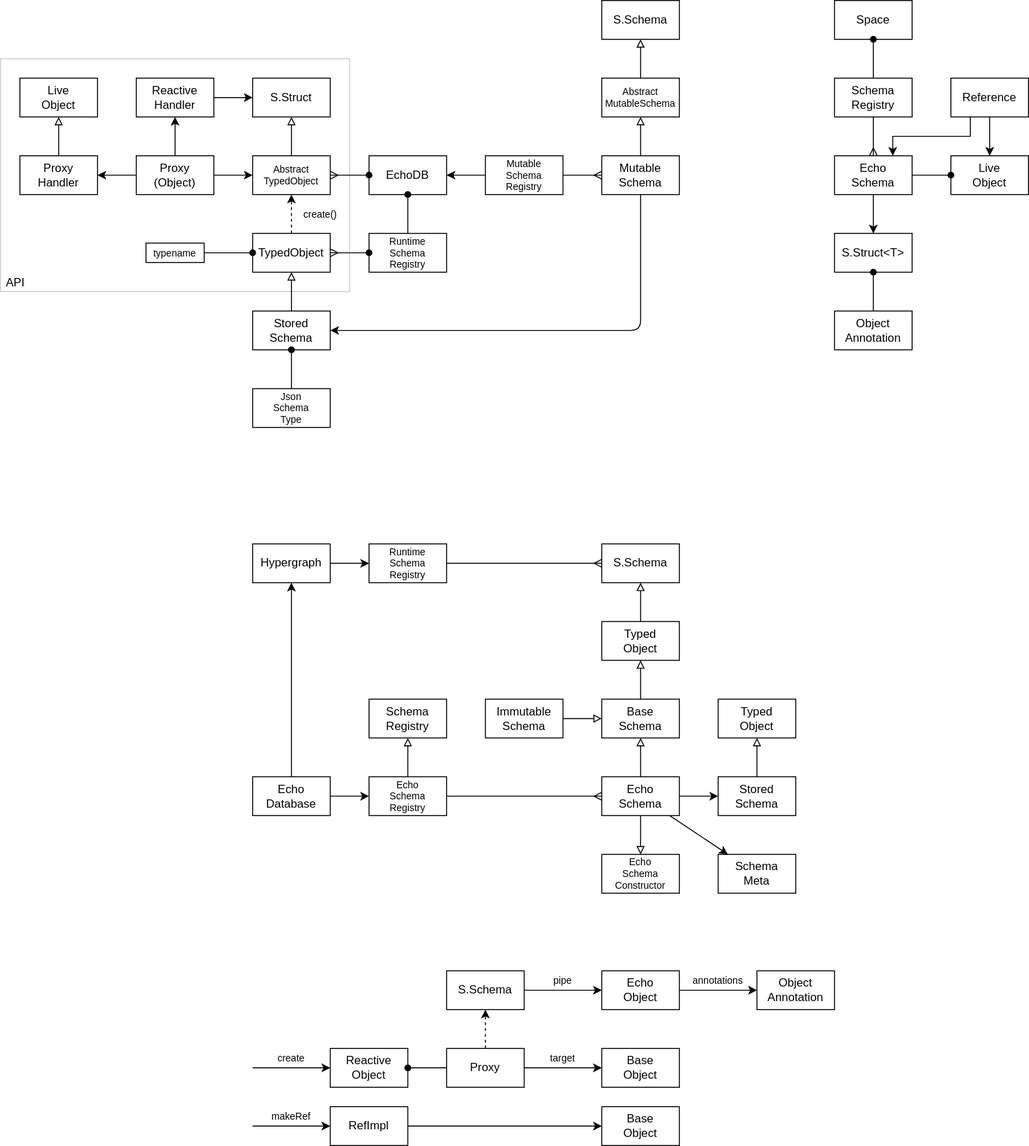
The draw.io diagram packages/core/echo/echo-schema/docs/schema.drawio.svg in dxos/dxos, before a commit. Source tidied: cells renumbered, new cells last; positions are measured from the earlier drawing's top-left corner, leaving out a move shared by most shapes.
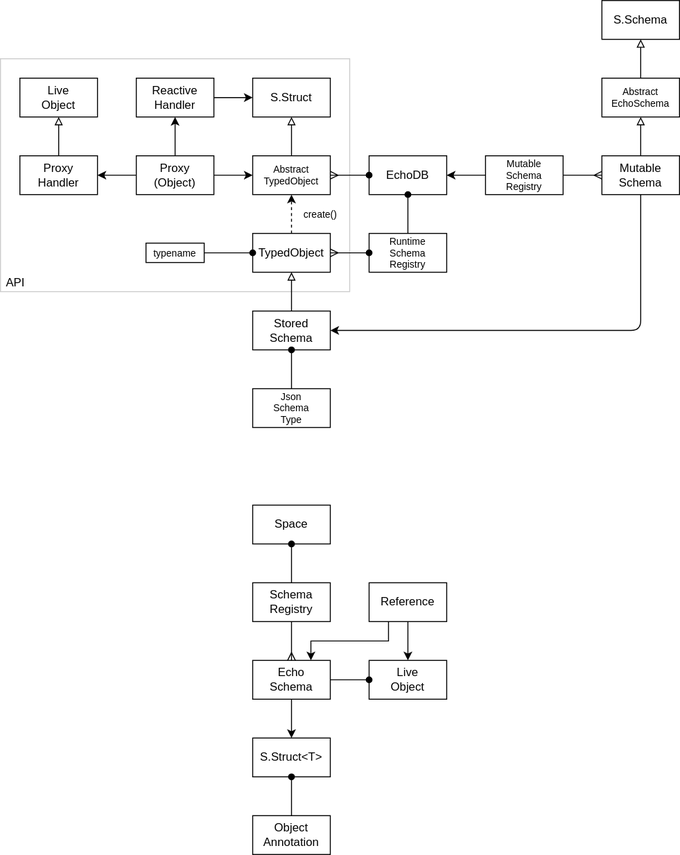
After the commit.

Change to the diagram source:
```diff
@@ -117,34 +117,34 @@
     <mxCell id="38" style="edgeStyle=none;html=1;exitX=0.25;exitY=1;exitDx=0;exitDy=0;entryX=0.75;entryY=0;entryDx=0;entryDy=0;rounded=0;" parent="1" edge="1" source="39" target="43">
       <mxGeometry relative="1" as="geometry">
         <Array as="points">
-          <mxPoint x="1000" y="140" />
-          <mxPoint x="920" y="140" />
+          <mxPoint x="400" y="660" />
+          <mxPoint x="320" y="660" />
         </Array>
       </mxGeometry>
     </mxCell>
     <mxCell id="39" value="Reference" style="rounded=0;whiteSpace=wrap;html=1;" parent="1" vertex="1">
-      <mxGeometry x="980" y="80" width="80" height="40" as="geometry" />
+      <mxGeometry x="380" y="600" width="80" height="40" as="geometry" />
     </mxCell>
     <mxCell id="40" style="edgeStyle=none;html=1;exitX=0.5;exitY=1;exitDx=0;exitDy=0;endArrow=ERmany;endFill=0;" parent="1" edge="1" source="41" target="43">
       <mxGeometry relative="1" as="geometry" />
     </mxCell>
     <mxCell id="41" value="Schema&lt;br&gt;Registry" style="rounded=0;whiteSpace=wrap;html=1;" parent="1" vertex="1">
-      <mxGeometry x="860" y="80" width="80" height="40" as="geometry" />
+      <mxGeometry x="260" y="600" width="80" height="40" as="geometry" />
     </mxCell>
     <mxCell id="42" style="edgeStyle=none;html=1;exitX=0.5;exitY=1;exitDx=0;exitDy=0;" parent="1" edge="1" source="43" target="44">
       <mxGeometry relative="1" as="geometry" />
     </mxCell>
     <mxCell id="43" value="Echo&lt;br&gt;Schema" style="rounded=0;whiteSpace=wrap;html=1;" parent="1" vertex="1">
-      <mxGeometry x="860" y="160" width="80" height="40" as="geometry" />
+      <mxGeometry x="260" y="680" width="80" height="40" as="geometry" />
     </mxCell>
     <mxCell id="44" value="S.Struct&amp;lt;T&amp;gt;" style="rounded=0;whiteSpace=wrap;html=1;" parent="1" vertex="1">
-      <mxGeometry x="860" y="240" width="80" height="40" as="geometry" />
+      <mxGeometry x="260" y="760" width="80" height="40" as="geometry" />
     </mxCell>
     <mxCell id="45" value="Object&lt;br&gt;Annotation" style="rounded=0;whiteSpace=wrap;html=1;" parent="1" vertex="1">
-      <mxGeometry x="860" y="320" width="80" height="40" as="geometry" />
+      <mxGeometry x="260" y="840" width="80" height="40" as="geometry" />
     </mxCell>
     <mxCell id="46" value="Space" style="rounded=0;whiteSpace=wrap;html=1;" parent="1" vertex="1">
-      <mxGeometry x="860" width="80" height="40" as="geometry" />
+      <mxGeometry x="260" y="520" width="80" height="40" as="geometry" />
     </mxCell>
     <mxCell id="47" style="edgeStyle=none;html=1;endArrow=none;endFill=0;startArrow=oval;startFill=1;" parent="1" edge="1" source="44" target="45">
       <mxGeometry relative="1" as="geometry" />
@@ -153,7 +153,7 @@
       <mxGeometry relative="1" as="geometry" />
     </mxCell>
     <mxCell id="49" value="Live&lt;br&gt;Object" style="rounded=0;whiteSpace=wrap;html=1;" parent="1" vertex="1">
-      <mxGeometry x="980" y="160" width="80" height="40" as="geometry" />
+      <mxGeometry x="380" y="680" width="80" height="40" as="geometry" />
     </mxCell>
     <mxCell id="50" style="edgeStyle=none;html=1;exitX=0;exitY=0.5;exitDx=0;exitDy=0;startArrow=oval;startFill=1;endArrow=none;endFill=0;" parent="1" edge="1" source="49" target="43">
       <mxGeometry relative="1" as="geometry" />
@@ -161,156 +161,5 @@
     <mxCell id="51" style="edgeStyle=none;html=1;" parent="1" edge="1" source="39" target="49">
       <mxGeometry relative="1" as="geometry" />
     </mxCell>
-    <mxCell id="52" style="edgeStyle=none;html=1;exitX=0.5;exitY=0;exitDx=0;exitDy=0;endArrow=block;endFill=0;" parent="1" edge="1" source="56" target="58">
-      <mxGeometry relative="1" as="geometry" />
-    </mxCell>
-    <mxCell id="53" style="edgeStyle=none;html=1;endArrow=block;endFill=0;" parent="1" edge="1" source="56" target="64">
-      <mxGeometry relative="1" as="geometry" />
-    </mxCell>
-    <mxCell id="54" style="edgeStyle=none;html=1;exitX=1;exitY=0.5;exitDx=0;exitDy=0;" parent="1" edge="1" source="56" target="77">
-      <mxGeometry relative="1" as="geometry" />
-    </mxCell>
-    <mxCell id="55" style="edgeStyle=none;html=1;" parent="1" edge="1" source="56" target="90">
-      <mxGeometry relative="1" as="geometry" />
-    </mxCell>
-    <mxCell id="56" value="Echo&lt;br&gt;Schema" style="rounded=0;whiteSpace=wrap;html=1;" parent="1" vertex="1">
-      <mxGeometry x="620" y="800" width="80" height="40" as="geometry" />
-    </mxCell>
-    <mxCell id="57" style="edgeStyle=none;html=1;exitX=0.5;exitY=0;exitDx=0;exitDy=0;endArrow=block;endFill=0;" parent="1" edge="1" source="58" target="60">
-      <mxGeometry relative="1" as="geometry">
-        <Array as="points">
-          <mxPoint x="660" y="700" />
-        </Array>
-      </mxGeometry>
-    </mxCell>
-    <mxCell id="58" value="Base&lt;br&gt;Schema" style="rounded=0;whiteSpace=wrap;html=1;" parent="1" vertex="1">
-      <mxGeometry x="620" y="720" width="80" height="40" as="geometry" />
-    </mxCell>
-    <mxCell id="59" style="edgeStyle=none;html=1;exitX=0.5;exitY=0;exitDx=0;exitDy=0;endArrow=block;endFill=0;" parent="1" edge="1" source="60" target="61">
-      <mxGeometry relative="1" as="geometry" />
-    </mxCell>
-    <mxCell id="60" value="Typed&lt;br&gt;Object" style="rounded=0;whiteSpace=wrap;html=1;" parent="1" vertex="1">
-      <mxGeometry x="620" y="640" width="80" height="40" as="geometry" />
-    </mxCell>
-    <mxCell id="61" value="S.Schema" style="rounded=0;whiteSpace=wrap;html=1;" parent="1" vertex="1">
-      <mxGeometry x="620" y="560" width="80" height="40" as="geometry" />
-    </mxCell>
-    <mxCell id="62" value="Immutable&lt;br&gt;Schema" style="rounded=0;whiteSpace=wrap;html=1;" parent="1" vertex="1">
-      <mxGeometry x="500" y="720" width="80" height="40" as="geometry" />
-    </mxCell>
-    <mxCell id="63" style="edgeStyle=none;html=1;endArrow=block;endFill=0;" parent="1" edge="1" source="62" target="58">
-      <mxGeometry relative="1" as="geometry" />
-    </mxCell>
-    <mxCell id="64" value="Echo&lt;br&gt;Schema&lt;br&gt;Constructor" style="rounded=0;whiteSpace=wrap;html=1;fontSize=10;" parent="1" vertex="1">
-      <mxGeometry x="620" y="880" width="80" height="40" as="geometry" />
-    </mxCell>
-    <mxCell id="65" style="edgeStyle=none;html=1;exitX=1;exitY=0.5;exitDx=0;exitDy=0;endArrow=ERmany;endFill=0;" parent="1" edge="1" source="66" target="61">
-      <mxGeometry relative="1" as="geometry" />
-    </mxCell>
-    <mxCell id="66" value="Runtime&lt;br&gt;Schema&lt;br&gt;Registry" style="rounded=0;whiteSpace=wrap;html=1;fontSize=10;" parent="1" vertex="1">
-      <mxGeometry x="380" y="560" width="80" height="40" as="geometry" />
-    </mxCell>
-    <mxCell id="67" style="edgeStyle=none;html=1;exitX=0.5;exitY=0;exitDx=0;exitDy=0;endArrow=block;endFill=0;" parent="1" edge="1" source="69" target="70">
-      <mxGeometry relative="1" as="geometry" />
-    </mxCell>
-    <mxCell id="68" style="edgeStyle=none;html=1;exitX=1;exitY=0.5;exitDx=0;exitDy=0;endArrow=ERmany;endFill=0;" parent="1" edge="1" source="69" target="56">
-      <mxGeometry relative="1" as="geometry" />
-    </mxCell>
-    <mxCell id="69" value="Echo&lt;br&gt;Schema&lt;br&gt;Registry" style="rounded=0;whiteSpace=wrap;html=1;fontSize=10;" parent="1" vertex="1">
-      <mxGeometry x="380" y="800" width="80" height="40" as="geometry" />
-    </mxCell>
-    <mxCell id="70" value="Schema&lt;br&gt;Registry" style="rounded=0;whiteSpace=wrap;html=1;fontSize=12;" parent="1" vertex="1">
-      <mxGeometry x="380" y="720" width="80" height="40" as="geometry" />
-    </mxCell>
-    <mxCell id="71" style="edgeStyle=none;html=1;exitX=1;exitY=0.5;exitDx=0;exitDy=0;" parent="1" edge="1" source="73" target="69">
-      <mxGeometry relative="1" as="geometry" />
-    </mxCell>
-    <mxCell id="72" style="edgeStyle=none;html=1;exitX=0.5;exitY=0;exitDx=0;exitDy=0;" parent="1" edge="1" source="73" target="75">
-      <mxGeometry relative="1" as="geometry" />
-    </mxCell>
-    <mxCell id="73" value="Echo&lt;div&gt;Database&lt;/div&gt;" style="rounded=0;whiteSpace=wrap;html=1;fontSize=12;" parent="1" vertex="1">
-      <mxGeometry x="260" y="800" width="80" height="40" as="geometry" />
-    </mxCell>
-    <mxCell id="74" style="edgeStyle=none;html=1;exitX=1;exitY=0.5;exitDx=0;exitDy=0;" parent="1" edge="1" source="75" target="66">
-      <mxGeometry relative="1" as="geometry" />
-    </mxCell>
-    <mxCell id="75" value="Hypergraph" style="rounded=0;whiteSpace=wrap;html=1;fontSize=12;" parent="1" vertex="1">
-      <mxGeometry x="260" y="560" width="80" height="40" as="geometry" />
-    </mxCell>
-    <mxCell id="76" style="edgeStyle=none;html=1;endArrow=block;endFill=0;" parent="1" edge="1" source="77" target="78">
-      <mxGeometry relative="1" as="geometry" />
-    </mxCell>
-    <mxCell id="77" value="Stored&lt;br&gt;Schema" style="rounded=0;whiteSpace=wrap;html=1;" parent="1" vertex="1">
-      <mxGeometry x="740" y="800" width="80" height="40" as="geometry" />
-    </mxCell>
-    <mxCell id="78" value="Typed&lt;br&gt;Object" style="rounded=0;whiteSpace=wrap;html=1;" parent="1" vertex="1">
-      <mxGeometry x="740" y="720" width="80" height="40" as="geometry" />
-    </mxCell>
-    <mxCell id="79" style="edgeStyle=none;html=1;" parent="1" edge="1" source="93" target="91">
-      <mxGeometry relative="1" as="geometry" />
-    </mxCell>
-    <mxCell id="80" value="Reactive&lt;br&gt;Object" style="rounded=0;whiteSpace=wrap;html=1;fontSize=12;" parent="1" vertex="1">
-      <mxGeometry x="340" y="1080" width="80" height="40" as="geometry" />
-    </mxCell>
-    <mxCell id="81" style="edgeStyle=none;html=1;exitX=1;exitY=0.5;exitDx=0;exitDy=0;" parent="1" edge="1" source="82" target="83">
-      <mxGeometry relative="1" as="geometry" />
-    </mxCell>
-    <mxCell id="82" value="Echo&lt;div&gt;Object&lt;/div&gt;" style="rounded=0;whiteSpace=wrap;html=1;fontSize=12;" parent="1" vertex="1">
-      <mxGeometry x="620" y="1000" width="80" height="40" as="geometry" />
-    </mxCell>
-    <mxCell id="83" value="Object&lt;br&gt;Annotation" style="rounded=0;whiteSpace=wrap;html=1;fontSize=12;" parent="1" vertex="1">
-      <mxGeometry x="780" y="1000" width="80" height="40" as="geometry" />
-    </mxCell>
-    <mxCell id="84" style="edgeStyle=none;html=1;exitX=0;exitY=1;exitDx=0;exitDy=0;" parent="1" edge="1" source="85" target="80">
-      <mxGeometry relative="1" as="geometry" />
-    </mxCell>
-    <mxCell id="85" value="create" style="rounded=0;whiteSpace=wrap;html=1;fontSize=10;strokeColor=none;fillColor=none;" parent="1" vertex="1">
-      <mxGeometry x="260" y="1080" width="80" height="20" as="geometry" />
-    </mxCell>
-    <mxCell id="86" style="edgeStyle=none;html=1;exitX=1;exitY=0.5;exitDx=0;exitDy=0;" parent="1" edge="1" source="87" target="94">
-      <mxGeometry relative="1" as="geometry" />
-    </mxCell>
-    <mxCell id="87" value="RefImpl" style="rounded=0;whiteSpace=wrap;html=1;fontSize=12;" parent="1" vertex="1">
-      <mxGeometry x="340" y="1140" width="80" height="40" as="geometry" />
-    </mxCell>
-    <mxCell id="88" style="edgeStyle=none;html=1;exitX=0;exitY=1;exitDx=0;exitDy=0;" parent="1" edge="1" source="89" target="87">
-      <mxGeometry relative="1" as="geometry" />
-    </mxCell>
-    <mxCell id="89" value="makeRef" style="rounded=0;whiteSpace=wrap;html=1;fontSize=10;strokeColor=none;fillColor=none;" parent="1" vertex="1">
-      <mxGeometry x="260" y="1140" width="80" height="20" as="geometry" />
-    </mxCell>
-    <mxCell id="90" value="Schema&lt;br&gt;Meta" style="rounded=0;whiteSpace=wrap;html=1;" parent="1" vertex="1">
-      <mxGeometry x="740" y="880" width="80" height="40" as="geometry" />
-    </mxCell>
-    <mxCell id="91" value="Base&lt;br&gt;Object" style="rounded=0;whiteSpace=wrap;html=1;fontSize=12;" parent="1" vertex="1">
-      <mxGeometry x="620" y="1080" width="80" height="40" as="geometry" />
-    </mxCell>
-    <mxCell id="92" style="edgeStyle=none;html=1;exitX=0.5;exitY=0;exitDx=0;exitDy=0;dashed=1;" parent="1" edge="1" source="93" target="96">
-      <mxGeometry relative="1" as="geometry" />
-    </mxCell>
-    <mxCell id="93" value="Proxy" style="rounded=0;whiteSpace=wrap;html=1;fontSize=12;" parent="1" vertex="1">
-      <mxGeometry x="460" y="1080" width="80" height="40" as="geometry" />
-    </mxCell>
-    <mxCell id="94" value="Base&lt;br&gt;Object" style="rounded=0;whiteSpace=wrap;html=1;fontSize=12;" parent="1" vertex="1">
-      <mxGeometry x="620" y="1140" width="80" height="40" as="geometry" />
-    </mxCell>
-    <mxCell id="95" style="edgeStyle=none;html=1;exitX=1;exitY=0.5;exitDx=0;exitDy=0;" parent="1" edge="1" source="96" target="82">
-      <mxGeometry relative="1" as="geometry" />
-    </mxCell>
-    <mxCell id="96" value="S.Schema" style="rounded=0;whiteSpace=wrap;html=1;" parent="1" vertex="1">
-      <mxGeometry x="460" y="1000" width="80" height="40" as="geometry" />
-    </mxCell>
-    <mxCell id="97" value="pipe" style="rounded=0;whiteSpace=wrap;html=1;fontSize=10;strokeColor=none;fillColor=none;" parent="1" vertex="1">
-      <mxGeometry x="540" y="1000" width="80" height="20" as="geometry" />
-    </mxCell>
-    <mxCell id="98" value="annotations" style="rounded=0;whiteSpace=wrap;html=1;fontSize=10;strokeColor=none;fillColor=none;" parent="1" vertex="1">
-      <mxGeometry x="700" y="1000" width="80" height="20" as="geometry" />
-    </mxCell>
-    <mxCell id="99" value="target" style="rounded=0;whiteSpace=wrap;html=1;fontSize=10;strokeColor=none;fillColor=none;" parent="1" vertex="1">
-      <mxGeometry x="540" y="1080" width="80" height="20" as="geometry" />
-    </mxCell>
-    <mxCell id="100" style="edgeStyle=none;html=1;exitX=1;exitY=0.5;exitDx=0;exitDy=0;endArrow=none;endFill=0;startArrow=oval;startFill=1;" parent="1" edge="1" source="80" target="93">
-      <mxGeometry relative="1" as="geometry" />
-    </mxCell>
   </root>
 </mxGraphModel>
```
